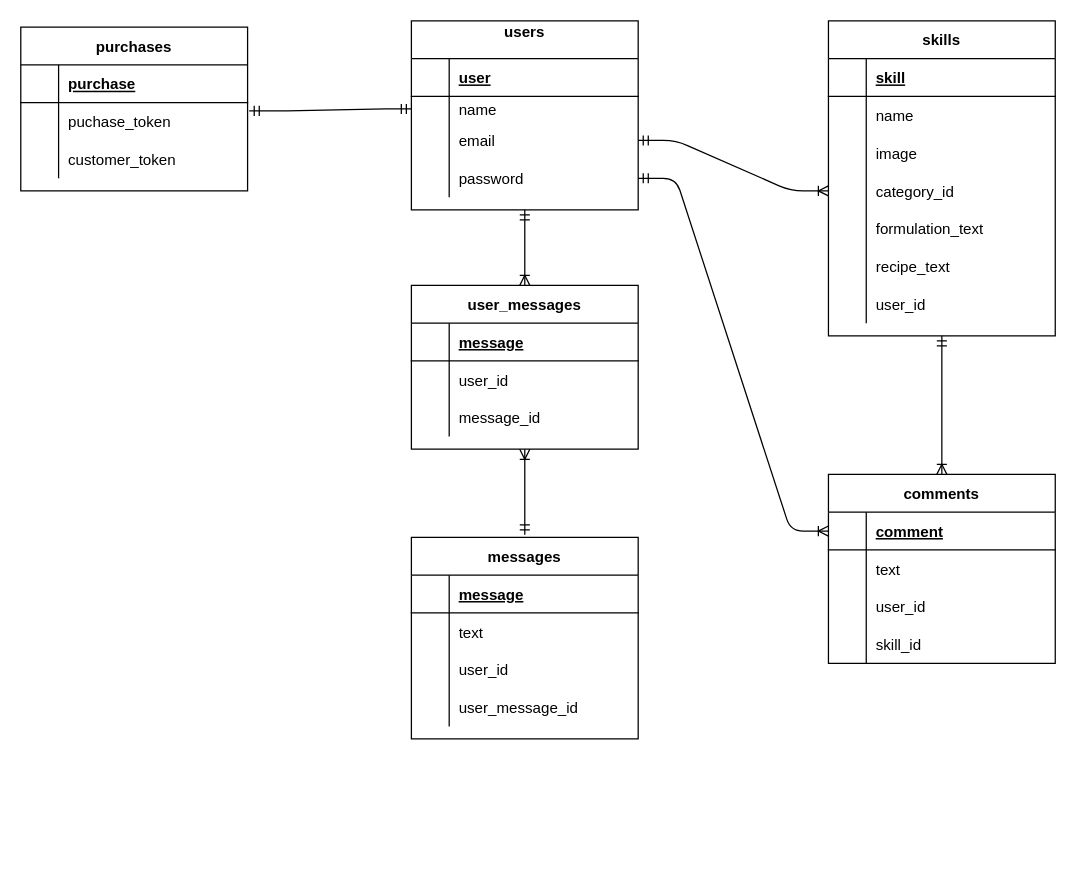
Before: cake_skill_log.dio in akkun08/cake_skill_log, a draw.io diagram. Source tidied: cells renumbered, new cells numbered last; positions are measured from the earlier drawing's top-left corner, leaving out a move shared by most shapes. Both pictures are drawn from the tidied source at 126%, with x=0, y=0 at pixel (20, 20).
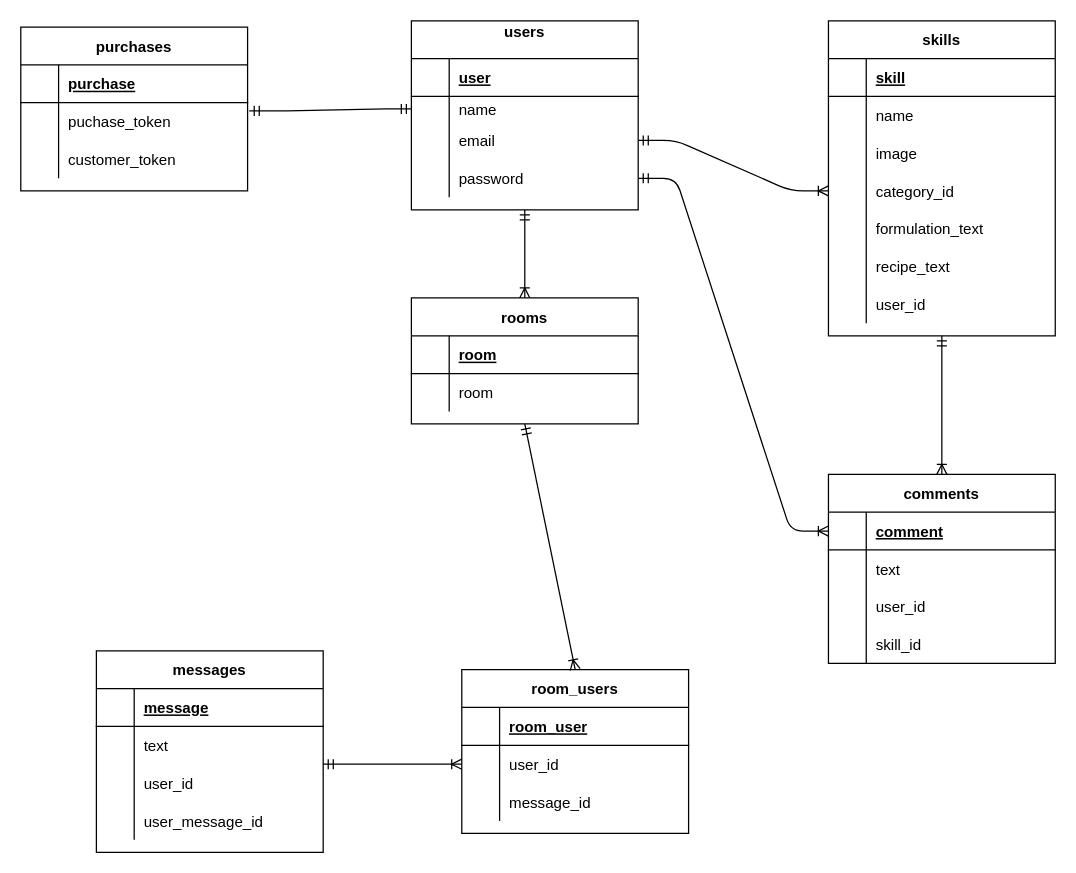
The same page after the edit.

Commit message (it also covers changes not shown here):
データベース設計とREADME.md、roomsテーブル追加

Unchanged cells that the change refers to:
```xml
<mxCell id="2" value="users&#10;" style="shape=table;startSize=30;childLayout=tableLayout;rowLines=0;fontStyle=1;align=center;" parent="1" vertex="1">
  <mxGeometry x="310" width="180" height="150" as="geometry" />
</mxCell>
<mxCell id="51" style="shape=partialRectangle;fillColor=none;top=0;left=0;bottom=1;right=0;" parent="50" vertex="1">
  <mxGeometry y="30" width="180" height="30" as="geometry" />
</mxCell>
<mxCell id="54" style="shape=partialRectangle;fillColor=none;top=0;left=0;bottom=0;right=0;points=[[0,0.5],[1,0.5]];portConstraint=eastwest;" parent="50" vertex="1">
  <mxGeometry y="60" width="180" height="30" as="geometry" />
</mxCell>
```

Diff of the diagram source:
```diff
@@
-    <mxCell id="50" value="user_messages" style="shape=table;startSize=30;childLayout=tableLayout;rowLines=0;fontStyle=1;align=center;" parent="1" vertex="1">
-      <mxGeometry x="310" y="210" width="180" height="130" as="geometry" />
+    <mxCell id="50" value="room_users" style="shape=table;startSize=30;childLayout=tableLayout;rowLines=0;fontStyle=1;align=center;" parent="1" vertex="1">
+      <mxGeometry x="350" y="515" width="180" height="130" as="geometry" />
     </mxCell>
@@
-    <mxCell id="53" value="message" style="shape=partialRectangle;fillColor=none;top=0;left=0;bottom=0;right=0;align=left;spacingLeft=6;fontStyle=5;overflow=hidden;" parent="51" vertex="1">
+    <mxCell id="53" value="room_user" style="shape=partialRectangle;fillColor=none;top=0;left=0;bottom=0;right=0;align=left;spacingLeft=6;fontStyle=5;overflow=hidden;" parent="51" vertex="1">
       <mxGeometry x="30" width="150" height="30" as="geometry" />
     </mxCell>
@@
     <mxCell id="60" value="messages" style="shape=table;startSize=30;childLayout=tableLayout;rowLines=0;fontStyle=1;align=center;" parent="1" vertex="1">
-      <mxGeometry x="310" y="410" width="180" height="160" as="geometry" />
+      <mxGeometry x="60" y="500" width="180" height="160" as="geometry" />
     </mxCell>
@@
-    <mxCell id="85" style="fontSize=12;html=1;endArrow=ERoneToMany;startArrow=ERmandOne;entryX=0.5;entryY=0;entryDx=0;entryDy=0;edgeStyle=orthogonalEdgeStyle;curved=1;exitX=0.5;exitY=1;exitDx=0;exitDy=0;" parent="1" edge="1" source="2" target="50">
-      <mxGeometry relative="1" as="geometry" />
+    <mxCell id="85" style="fontSize=12;html=1;endArrow=ERoneToMany;startArrow=ERmandOne;edgeStyle=orthogonalEdgeStyle;curved=1;exitX=0.5;exitY=1;exitDx=0;exitDy=0;" parent="1" edge="1" source="2">
+      <mxGeometry relative="1" as="geometry">
+        <mxPoint x="400" y="220" as="targetPoint" />
+      </mxGeometry>
     </mxCell>
-    <mxCell id="86" style="fontSize=12;html=1;endArrow=ERoneToMany;startArrow=ERmandOne;entryX=0.5;entryY=1;entryDx=0;entryDy=0;" parent="1" edge="1" target="50">
+    <mxCell id="86" style="fontSize=12;html=1;endArrow=ERoneToMany;startArrow=ERmandOne;entryX=0;entryY=0.5;entryDx=0;entryDy=0;" parent="1" edge="1" target="54">
       <mxGeometry relative="1" as="geometry">
-        <mxPoint x="400" y="408" as="sourcePoint" />
+        <mxPoint x="240" y="590" as="sourcePoint" />
       </mxGeometry>
     </mxCell>
@@
+    <mxCell id="89" value="rooms" style="shape=table;startSize=30;childLayout=tableLayout;rowLines=0;fontStyle=1;align=center;" parent="1" vertex="1">
+      <mxGeometry x="310" y="220" width="180" height="100" as="geometry" />
+    </mxCell>
+    <mxCell id="90" style="shape=partialRectangle;fillColor=none;top=0;left=0;bottom=1;right=0;" parent="89" vertex="1">
+      <mxGeometry y="30" width="180" height="30" as="geometry" />
+    </mxCell>
+    <mxCell id="91" style="shape=partialRectangle;fillColor=none;top=0;left=0;bottom=0;right=0;fontStyle=1;overflow=hidden;" parent="90" vertex="1">
+      <mxGeometry width="30" height="30" as="geometry" />
+    </mxCell>
+    <mxCell id="92" value="room" style="shape=partialRectangle;fillColor=none;top=0;left=0;bottom=0;right=0;align=left;spacingLeft=6;fontStyle=5;overflow=hidden;" parent="90" vertex="1">
+      <mxGeometry x="30" width="150" height="30" as="geometry" />
+    </mxCell>
+    <mxCell id="93" style="shape=partialRectangle;fillColor=none;top=0;left=0;bottom=0;right=0;" parent="89" vertex="1">
+      <mxGeometry y="60" width="180" height="30" as="geometry" />
+    </mxCell>
+    <mxCell id="94" style="shape=partialRectangle;fillColor=none;top=0;left=0;bottom=0;right=0;overflow=hidden;" parent="93" vertex="1">
+      <mxGeometry width="30" height="30" as="geometry" />
+    </mxCell>
+    <mxCell id="95" value="room" style="shape=partialRectangle;fillColor=none;top=0;left=0;bottom=0;right=0;align=left;spacingLeft=6;overflow=hidden;" parent="93" vertex="1">
+      <mxGeometry x="30" width="150" height="30" as="geometry" />
+    </mxCell>
+    <mxCell id="96" style="fontSize=12;html=1;endArrow=ERoneToMany;startArrow=ERmandOne;exitX=0.5;exitY=1;exitDx=0;exitDy=0;entryX=0.5;entryY=0;entryDx=0;entryDy=0;" parent="1" edge="1" source="89" target="50">
+      <mxGeometry relative="1" as="geometry" />
+    </mxCell>
```
